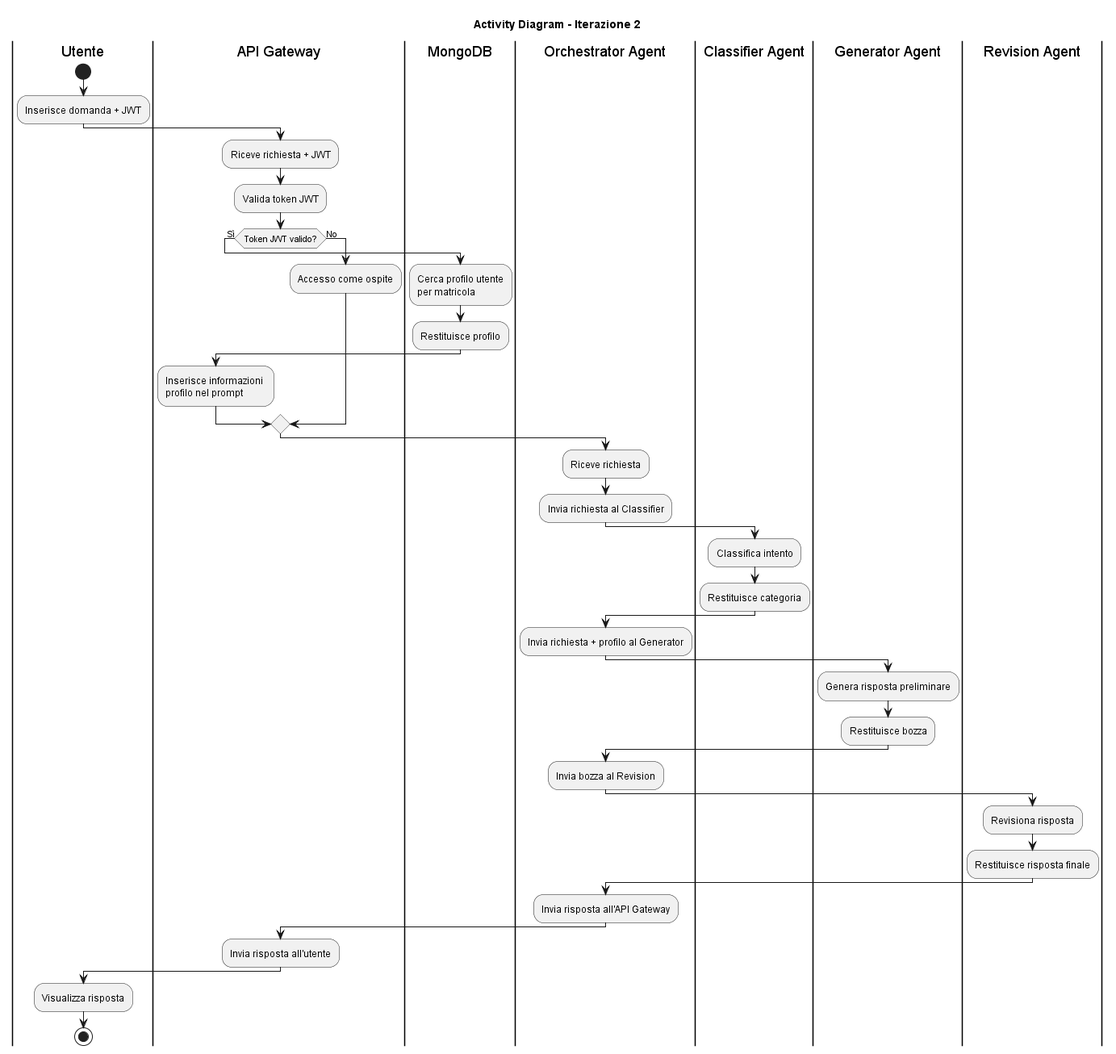
This is iterazioni/iterazione2/images2/activity_diagram2.png from RaphacePrime/AgenticUniBG, a PlantUML export, as it was before one commit.
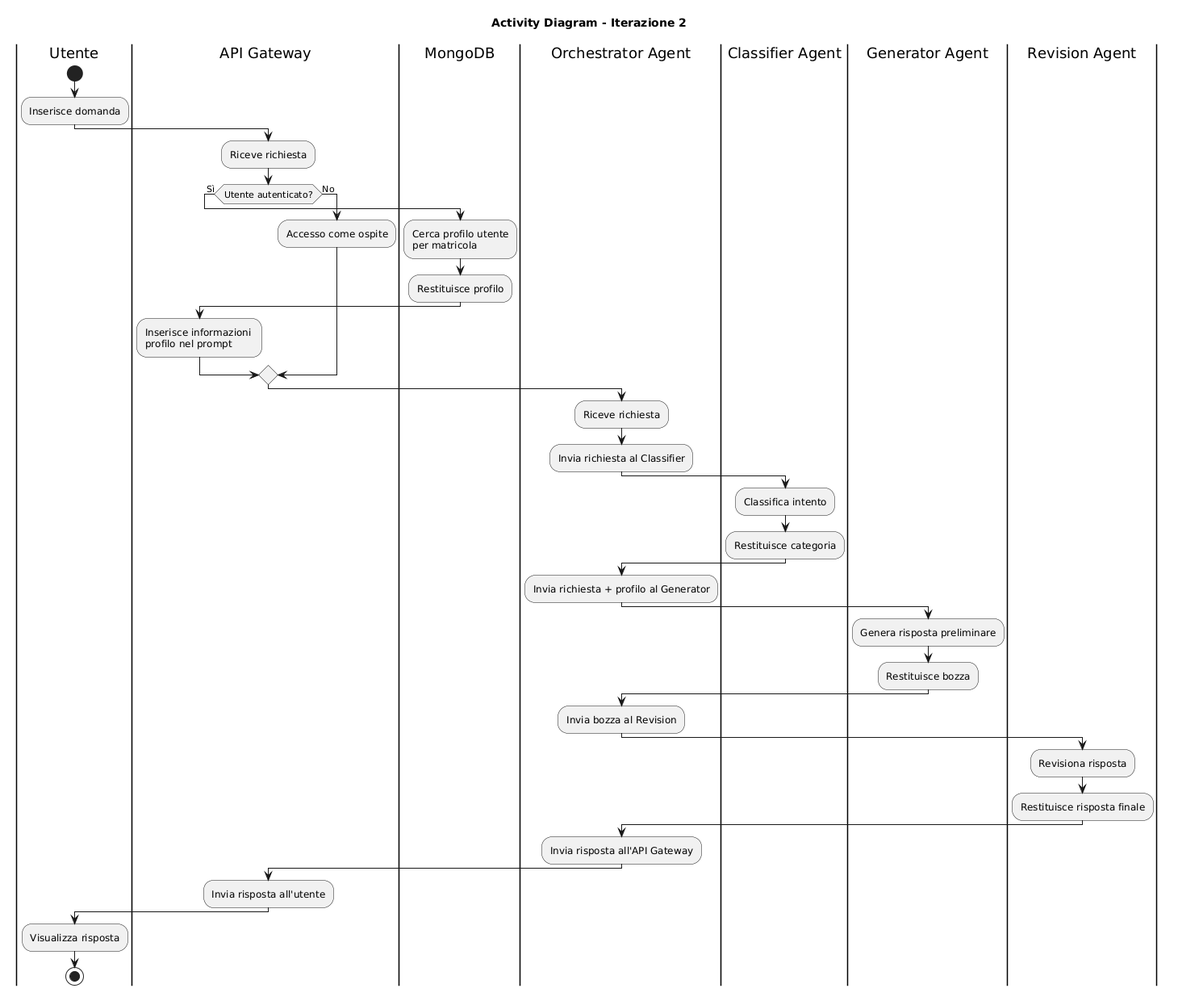
The same diagram one commit later.

The edit, as a diff of the source:
```diff
@@ -3,13 +3,12 @@
 
 |Utente|
 start
-:Inserisce domanda + JWT;
+:Inserisce domanda;
 
 |API Gateway|
-:Riceve richiesta + JWT;
-:Valida token JWT;
+:Riceve richiesta;
 
-if (Token JWT valido?) then (Sì)
+if (Utente autenticato?) then (Sì)
   |MongoDB|
   :Cerca profilo utente\nper matricola;
   :Restituisce profilo;
@@ -52,5 +51,4 @@
 |Utente|
 :Visualizza risposta;
 stop
-
 @enduml
```
